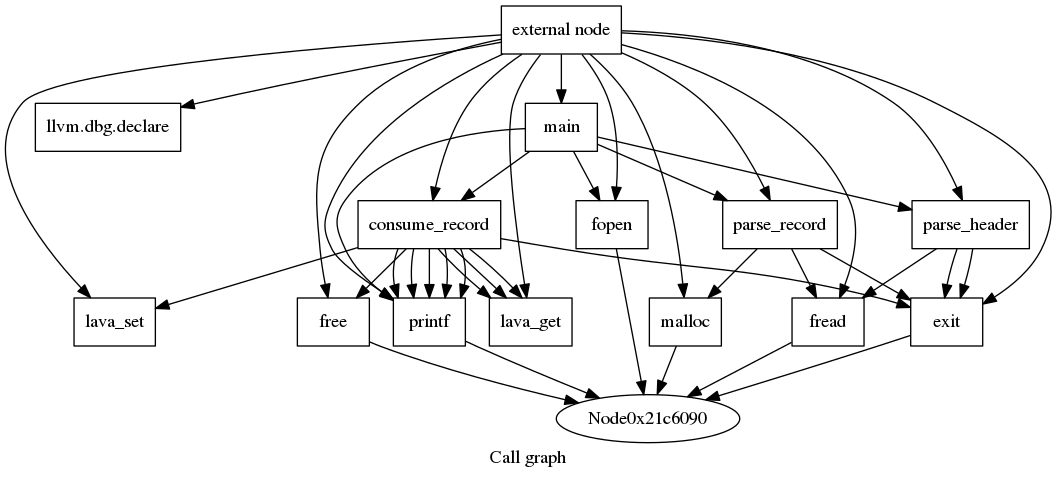
Earlier version of the Graphviz export callgraph.png (Manouchehri/sim-fuzz-1). Its source is kept beside it as callgraph.dot.
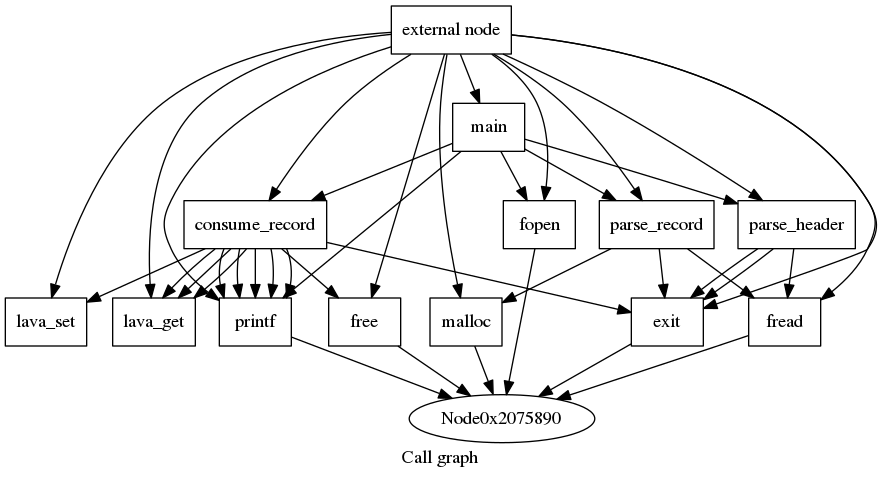
After the change.

What changed in the source:
```diff
@@ -1,59 +1,57 @@
 digraph "Call graph" {
 	label="Call graph";
 
-	Node0x21c6060 [shape=record,label="{external node}"];
-	Node0x21c6060 -> Node0x21c6100;
-	Node0x21c6060 -> Node0x21c61a0;
-	Node0x21c6060 -> Node0x21c6130;
-	Node0x21c6060 -> Node0x21c62a0;
-	Node0x21c6060 -> Node0x2206600;
-	Node0x21c6060 -> Node0x22066a0;
-	Node0x21c6060 -> Node0x2206870;
-	Node0x21c6060 -> Node0x22068e0;
-	Node0x21c6060 -> Node0x2206a10;
-	Node0x21c6060 -> Node0x22067a0;
-	Node0x21c6060 -> Node0x22067d0;
-	Node0x21c6060 -> Node0x2206cc0;
-	Node0x21c6060 -> Node0x2206d30;
-	Node0x21c6130 [shape=record,label="{lava_get}"];
-	Node0x21c6100 [shape=record,label="{lava_set}"];
-	Node0x21c61a0 [shape=record,label="{llvm.dbg.declare}"];
-	Node0x22067d0 [shape=record,label="{free}"];
-	Node0x22067d0 -> Node0x21c6090;
-	Node0x2206cc0 [shape=record,label="{main}"];
-	Node0x2206cc0 -> Node0x2206d30;
-	Node0x2206cc0 -> Node0x21c62a0;
-	Node0x2206cc0 -> Node0x22067a0;
-	Node0x2206cc0 -> Node0x2206870;
-	Node0x2206cc0 -> Node0x2206a10;
-	Node0x21c62a0 [shape=record,label="{parse_header}"];
-	Node0x21c62a0 -> Node0x2206600;
-	Node0x21c62a0 -> Node0x22066a0;
-	Node0x21c62a0 -> Node0x22066a0;
-	Node0x2206600 [shape=record,label="{fread}"];
-	Node0x2206600 -> Node0x21c6090;
-	Node0x22066a0 [shape=record,label="{exit}"];
-	Node0x22066a0 -> Node0x21c6090;
-	Node0x2206870 [shape=record,label="{parse_record}"];
-	Node0x2206870 -> Node0x22068e0;
-	Node0x2206870 -> Node0x2206600;
-	Node0x2206870 -> Node0x22066a0;
-	Node0x22068e0 [shape=record,label="{malloc}"];
-	Node0x22068e0 -> Node0x21c6090;
-	Node0x2206a10 [shape=record,label="{consume_record}"];
-	Node0x2206a10 -> Node0x22067a0;
-	Node0x2206a10 -> Node0x21c6100;
-	Node0x2206a10 -> Node0x21c6130;
-	Node0x2206a10 -> Node0x21c6130;
-	Node0x2206a10 -> Node0x21c6130;
-	Node0x2206a10 -> Node0x22067a0;
-	Node0x2206a10 -> Node0x22067a0;
-	Node0x2206a10 -> Node0x22067a0;
-	Node0x2206a10 -> Node0x22067a0;
-	Node0x2206a10 -> Node0x22066a0;
-	Node0x2206a10 -> Node0x22067d0;
-	Node0x22067a0 [shape=record,label="{printf}"];
-	Node0x22067a0 -> Node0x21c6090;
-	Node0x2206d30 [shape=record,label="{fopen}"];
-	Node0x2206d30 -> Node0x21c6090;
+	Node0x2075860 [shape=record,label="{external node}"];
+	Node0x2075860 -> Node0x2075900;
+	Node0x2075860 -> Node0x2075960;
+	Node0x2075860 -> Node0x2075930;
+	Node0x2075860 -> Node0x207a470;
+	Node0x2075860 -> Node0x207a510;
+	Node0x2075860 -> Node0x207a3e0;
+	Node0x2075860 -> Node0x208d720;
+	Node0x2075860 -> Node0x208d850;
+	Node0x2075860 -> Node0x208d8c0;
+	Node0x2075860 -> Node0x208d8f0;
+	Node0x2075860 -> Node0x208d670;
+	Node0x2075860 -> Node0x208d960;
+	Node0x2075930 [shape=record,label="{parse_header}"];
+	Node0x2075930 -> Node0x207a470;
+	Node0x2075930 -> Node0x207a510;
+	Node0x2075930 -> Node0x207a510;
+	Node0x2075900 [shape=record,label="{lava_set}"];
+	Node0x2075960 [shape=record,label="{lava_get}"];
+	Node0x208d670 [shape=record,label="{main}"];
+	Node0x208d670 -> Node0x208d960;
+	Node0x208d670 -> Node0x2075930;
+	Node0x208d670 -> Node0x208d8c0;
+	Node0x208d670 -> Node0x207a3e0;
+	Node0x208d670 -> Node0x208d850;
+	Node0x208d960 [shape=record,label="{fopen}"];
+	Node0x208d960 -> Node0x2075890;
+	Node0x207a470 [shape=record,label="{fread}"];
+	Node0x207a470 -> Node0x2075890;
+	Node0x207a510 [shape=record,label="{exit}"];
+	Node0x207a510 -> Node0x2075890;
+	Node0x207a3e0 [shape=record,label="{parse_record}"];
+	Node0x207a3e0 -> Node0x208d720;
+	Node0x207a3e0 -> Node0x207a470;
+	Node0x207a3e0 -> Node0x207a510;
+	Node0x208d720 [shape=record,label="{malloc}"];
+	Node0x208d720 -> Node0x2075890;
+	Node0x208d850 [shape=record,label="{consume_record}"];
+	Node0x208d850 -> Node0x208d8c0;
+	Node0x208d850 -> Node0x2075900;
+	Node0x208d850 -> Node0x2075960;
+	Node0x208d850 -> Node0x2075960;
+	Node0x208d850 -> Node0x2075960;
+	Node0x208d850 -> Node0x208d8c0;
+	Node0x208d850 -> Node0x208d8c0;
+	Node0x208d850 -> Node0x208d8c0;
+	Node0x208d850 -> Node0x208d8c0;
+	Node0x208d850 -> Node0x207a510;
+	Node0x208d850 -> Node0x208d8f0;
+	Node0x208d8c0 [shape=record,label="{printf}"];
+	Node0x208d8c0 -> Node0x2075890;
+	Node0x208d8f0 [shape=record,label="{free}"];
+	Node0x208d8f0 -> Node0x2075890;
 }
```
